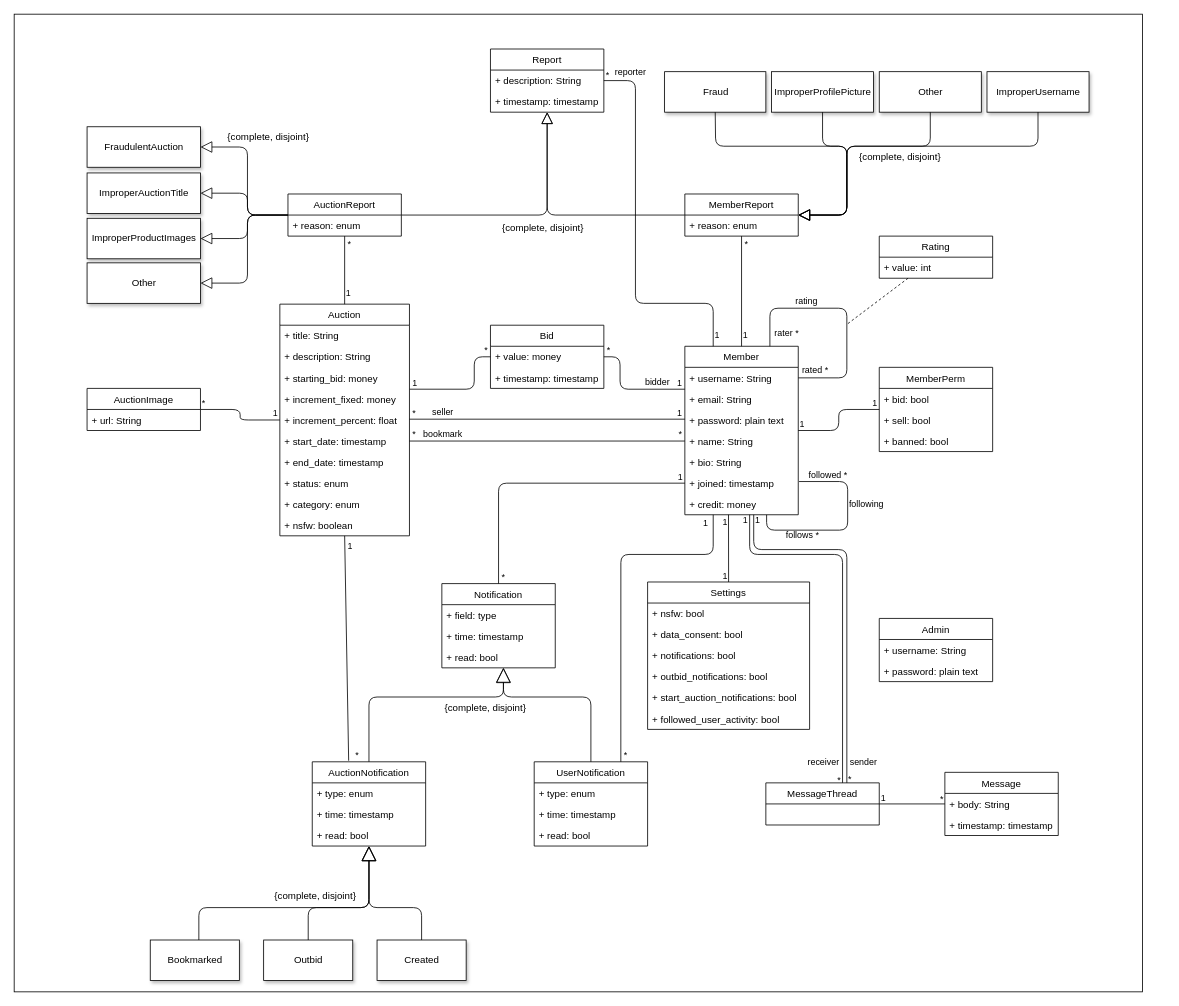
Before: A4.drawio in Educorreia932/FEUP-LBAW, a draw.io diagram. Source tidied: cells renumbered, new cells numbered last; positions are measured from the earlier drawing's top-left corner, leaving out a move shared by most shapes. Both pictures are drawn from the tidied source at 81%, with x=0, y=0 at pixel (14, 14).
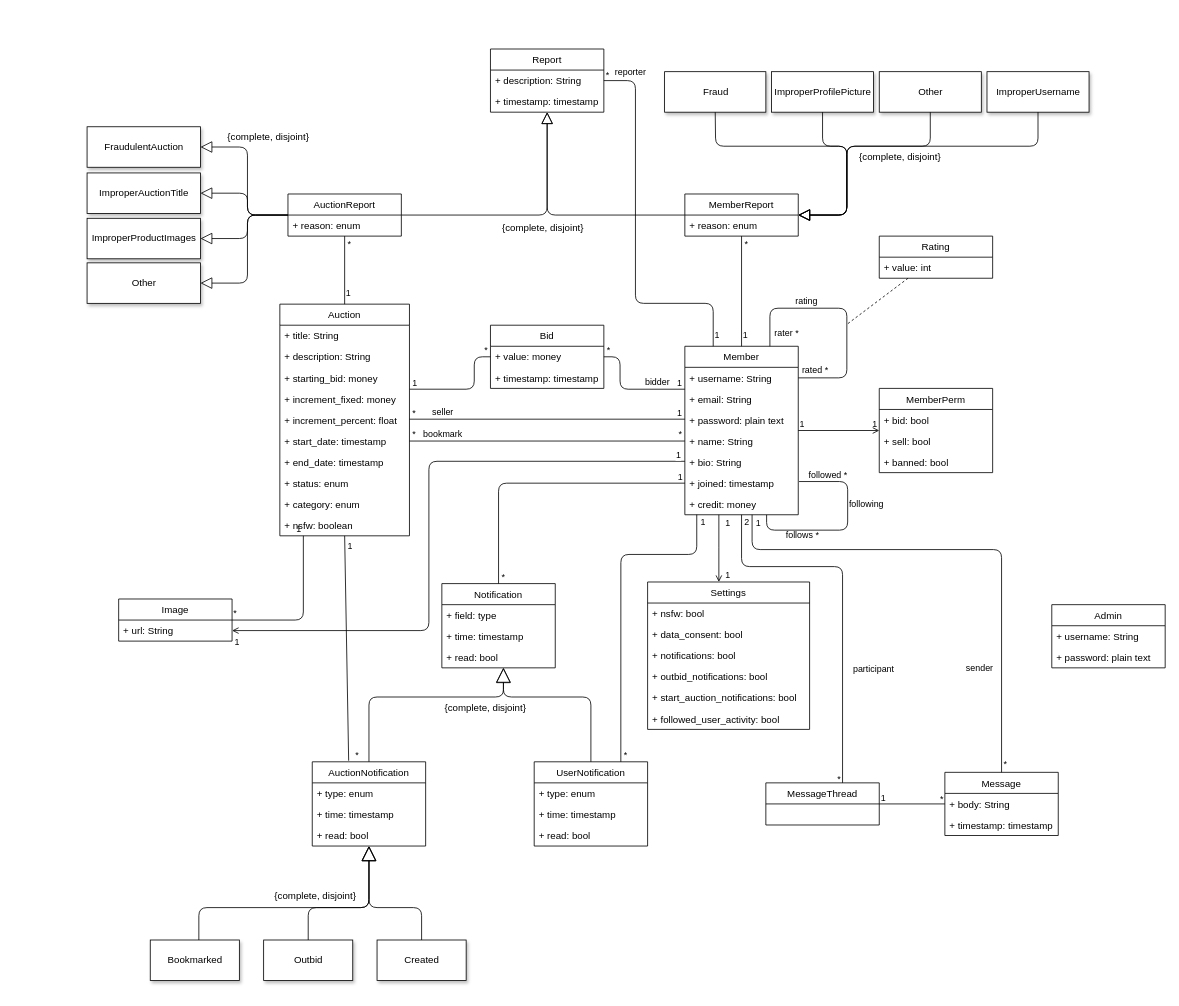
The same diagram, later.

Commit message:
Tweaks on A4 conceptual model

Unchanged cells that the change refers to:
```xml
<mxCell id="3" value="Member" style="swimlane;fontStyle=0;horizontal=1;startSize=26;fillColor=none;" parent="1" vertex="1">
  <mxGeometry x="828" y="410" width="140" height="208" as="geometry" />
</mxCell>
<mxCell id="16" value="+ credit: money" style="text;strokeColor=none;fillColor=none;align=left;verticalAlign=top;spacingLeft=4;spacingRight=4;overflow=hidden;points=[[0,0.5],[1,0.5]];portConstraint=eastwest;" parent="3" vertex="1">
  <mxGeometry y="182" width="140" height="26" as="geometry" />
</mxCell>
<mxCell id="17" value="Auction" style="swimlane;fontStyle=0;horizontal=1;startSize=26;fillColor=none;" parent="1" vertex="1">
  <mxGeometry x="328" y="358" width="160" height="286" as="geometry" />
</mxCell>
<mxCell id="71" value="Settings" style="swimlane;fontStyle=0;horizontal=1;startSize=26;fillColor=none;" parent="1" vertex="1">
  <mxGeometry x="782" y="701" width="200" height="182" as="geometry" />
</mxCell>
<mxCell id="95" value="UserNotification" style="swimlane;fontStyle=0;horizontal=1;startSize=26;fillColor=none;" parent="1" vertex="1">
  <mxGeometry x="642" y="923" width="140" height="104" as="geometry" />
</mxCell>
<mxCell id="107" value="MessageThread" style="swimlane;fontStyle=0;horizontal=1;startSize=26;fillColor=none;shadow=0;" parent="1" vertex="1">
  <mxGeometry x="928" y="949" width="140" height="52" as="geometry" />
</mxCell>
<mxCell id="138" value="Message" style="swimlane;fontStyle=0;horizontal=1;startSize=26;fillColor=none;shadow=0;" parent="1" vertex="1">
  <mxGeometry x="1149" y="936" width="140" height="78" as="geometry" />
</mxCell>
<mxCell id="150" value="+ url: String" style="text;strokeColor=none;fillColor=none;align=left;verticalAlign=top;spacingLeft=4;spacingRight=4;overflow=hidden;points=[[0,0.5],[1,0.5]];portConstraint=eastwest;" parent="149" vertex="1">
  <mxGeometry y="26" width="140" height="26" as="geometry" />
</mxCell>
```

Diff of the diagram source:
```diff
@@
-    <mxCell id="2" style="rounded=0;whiteSpace=wrap;html=1;shadow=0;labelBackgroundColor=none;" parent="1" vertex="1">
-      <mxGeometry width="1393" height="1207" as="geometry" />
-    </mxCell>
+    <mxCell id="154" style="edgeStyle=orthogonalEdgeStyle;rounded=1;jettySize=auto;html=1;startArrow=none;startFill=0;endArrow=open;endFill=0;" parent="1" edge="1" source="3" target="150">
+      <mxGeometry relative="1" as="geometry">
+        <Array as="points">
+          <mxPoint x="512" y="552" />
+          <mxPoint x="512" y="761" />
+        </Array>
+      </mxGeometry>
+    </mxCell>
+    <mxCell id="155" value="1" style="edgeLabel;html=1;align=center;verticalAlign=middle;" parent="154" vertex="1">
+      <mxGeometry x="-0.98" y="1" relative="1" as="geometry">
+        <mxPoint x="-0.9" y="-9" as="offset" />
+      </mxGeometry>
+    </mxCell>
+    <mxCell id="156" value="1" style="edgeLabel;html=1;align=center;verticalAlign=middle;" parent="154" vertex="1">
+      <mxGeometry x="0.94" y="2" relative="1" as="geometry">
+        <mxPoint x="-17.7" y="11" as="offset" />
+      </mxGeometry>
+    </mxCell>
@@
     <mxCell id="28" value="MemberPerm" style="swimlane;fontStyle=0;horizontal=1;startSize=26;fillColor=none;" parent="1" vertex="1">
-      <mxGeometry x="1068" y="436" width="140" height="104" as="geometry" />
+      <mxGeometry x="1068" y="462" width="140" height="104" as="geometry" />
     </mxCell>
@@
-    <mxCell id="41" style="endArrow=none;html=1;edgeStyle=orthogonalEdgeStyle;" parent="1" edge="1" source="3" target="28">
+    <mxCell id="41" style="endArrow=open;html=1;edgeStyle=orthogonalEdgeStyle;startArrow=none;startFill=0;endFill=0;" parent="1" edge="1" source="3" target="28">
       <mxGeometry relative="1" as="geometry" />
     </mxCell>
@@
     <mxCell id="44" value="Admin" style="swimlane;fontStyle=0;horizontal=1;startSize=26;fillColor=none;" parent="1" vertex="1">
-      <mxGeometry x="1068" y="746" width="140" height="78" as="geometry" />
+      <mxGeometry x="1281" y="729" width="140" height="78" as="geometry" />
     </mxCell>
@@
+    <mxCell id="157" style="edgeStyle=orthogonalEdgeStyle;rounded=0;jettySize=auto;html=1;startArrow=open;startFill=0;endArrow=none;endFill=0;" parent="1" edge="1" source="71" target="3">
+      <mxGeometry relative="1" as="geometry">
+        <Array as="points">
+          <mxPoint x="870" y="658" />
+          <mxPoint x="870" y="658" />
+        </Array>
+      </mxGeometry>
+    </mxCell>
+    <mxCell id="158" value="1" style="edgeLabel;html=1;align=center;verticalAlign=middle;" parent="157" vertex="1">
+      <mxGeometry x="0.89" y="1" relative="1" as="geometry">
+        <mxPoint x="11" y="4.2" as="offset" />
+      </mxGeometry>
+    </mxCell>
+    <mxCell id="159" value="1" style="edgeLabel;html=1;align=center;verticalAlign=middle;" parent="157" vertex="1">
+      <mxGeometry x="-0.84" y="-1" relative="1" as="geometry">
+        <mxPoint x="9" y="-1.6" as="offset" />
+      </mxGeometry>
+    </mxCell>
@@
-    <mxCell id="78" style="endArrow=none;html=1;labelPosition=center;verticalLabelPosition=top;align=center;verticalAlign=bottom;exitX=0.5;exitY=0;exitDx=0;exitDy=0;entryX=0.385;entryY=0.999;entryDx=0;entryDy=0;entryPerimeter=0;" parent="1" edge="1" source="71" target="16">
-      <mxGeometry x="-0.76" relative="1" as="geometry" />
-    </mxCell>
-    <mxCell id="79" value="1" style="edgeLabel;html=1;align=right;verticalAlign=middle;labelPosition=left;verticalLabelPosition=middle;labelBackgroundColor=none;" parent="78" vertex="1">
-      <mxGeometry x="-1" relative="1" as="geometry">
-        <mxPoint x="-1" y="-8" as="offset" />
-      </mxGeometry>
-    </mxCell>
-    <mxCell id="80" value="1" style="edgeLabel;html=1;align=right;verticalAlign=middle;labelPosition=left;verticalLabelPosition=middle;labelBackgroundColor=none;" parent="78" vertex="1">
-      <mxGeometry x="1" relative="1" as="geometry">
-        <mxPoint x="-1" y="8.1" as="offset" />
-      </mxGeometry>
-    </mxCell>
@@
-    <mxCell id="101" style="endArrow=none;html=1;edgeStyle=orthogonalEdgeStyle;exitX=0.764;exitY=0;exitDx=0;exitDy=0;exitPerimeter=0;entryX=0.25;entryY=1;entryDx=0;entryDy=0;" parent="1" edge="1" source="95" target="3">
+    <mxCell id="101" style="endArrow=none;html=1;edgeStyle=orthogonalEdgeStyle;exitX=0.764;exitY=0;exitDx=0;exitDy=0;exitPerimeter=0;entryX=0.105;entryY=0.994;entryDx=0;entryDy=0;entryPerimeter=0;" parent="1" edge="1" source="95" target="16">
       <mxGeometry relative="1" as="geometry">
         <Array as="points">
           <mxPoint x="749" y="667" />
-          <mxPoint x="863" y="667" />
+          <mxPoint x="843" y="667" />
+          <mxPoint x="843" y="618" />
         </Array>
       </mxGeometry>
     </mxCell>
@@
     <mxCell id="103" value="1" style="edgeLabel;html=1;align=right;verticalAlign=bottom;labelBackgroundColor=none;" parent="101" vertex="1">
       <mxGeometry x="1" relative="1" as="geometry">
-        <mxPoint x="-6" y="17.5" as="offset" />
+        <mxPoint x="11" y="17.5" as="offset" />
       </mxGeometry>
     </mxCell>
@@
-    <mxCell id="108" style="endArrow=none;html=1;edgeStyle=orthogonalEdgeStyle;labelPosition=right;verticalLabelPosition=middle;align=left;verticalAlign=middle;" parent="1" edge="1" source="107" target="3">
+    <mxCell id="108" style="endArrow=none;html=1;edgeStyle=orthogonalEdgeStyle;labelPosition=right;verticalLabelPosition=middle;align=left;verticalAlign=middle;" parent="1" edge="1" source="138" target="16">
       <mxGeometry relative="1" as="geometry">
         <Array as="points">
-          <mxPoint x="1028" y="661" />
-          <mxPoint x="913" y="661" />
+          <mxPoint x="1219" y="661" />
+          <mxPoint x="911" y="661" />
         </Array>
       </mxGeometry>
     </mxCell>
-    <mxCell id="109" value="receiver" style="edgeLabel;html=1;align=right;verticalAlign=middle;labelPosition=left;verticalLabelPosition=middle;labelBackgroundColor=none;" parent="108" vertex="1">
+    <mxCell id="109" value="sender" style="edgeLabel;html=1;align=right;verticalAlign=middle;labelPosition=left;verticalLabelPosition=middle;labelBackgroundColor=none;" parent="108" vertex="1">
       <mxGeometry x="-1" relative="1" as="geometry">
-        <mxPoint x="-9" y="-26" as="offset" />
+        <mxPoint x="-10" y="-130" as="offset" />
       </mxGeometry>
     </mxCell>
     <mxCell id="110" value="*" style="edgeLabel;html=1;align=left;verticalAlign=middle;labelPosition=right;verticalLabelPosition=middle;labelBackgroundColor=none;" parent="108" vertex="1">
       <mxGeometry x="-0.83" y="1" relative="1" as="geometry">
-        <mxPoint x="1" y="33.7" as="offset" />
+        <mxPoint x="2" y="42.6" as="offset" />
       </mxGeometry>
     </mxCell>
     <mxCell id="111" value="1" style="edgeLabel;html=1;align=left;verticalAlign=middle;labelPosition=right;verticalLabelPosition=middle;labelBackgroundColor=none;" parent="108" vertex="1">
       <mxGeometry x="0.85" y="-1" relative="1" as="geometry">
-        <mxPoint x="-1" y="-26.4" as="offset" />
+        <mxPoint x="-1" y="-33" as="offset" />
       </mxGeometry>
     </mxCell>
@@
     <mxCell id="134" style="endArrow=none;html=1;edgeStyle=orthogonalEdgeStyle;labelPosition=left;verticalLabelPosition=middle;align=right;verticalAlign=middle;" parent="1" edge="1" target="3">
       <mxGeometry relative="1" as="geometry">
         <mxPoint x="1022.7" y="949" as="sourcePoint" />
         <Array as="points">
-          <mxPoint x="1023" y="667" />
-          <mxPoint x="908" y="667" />
+          <mxPoint x="1023" y="682" />
+          <mxPoint x="898" y="682" />
         </Array>
       </mxGeometry>
     </mxCell>
-    <mxCell id="135" value="sender" style="edgeLabel;html=1;align=left;verticalAlign=middle;labelPosition=right;verticalLabelPosition=middle;labelBackgroundColor=none;" parent="134" vertex="1">
+    <mxCell id="135" value="participant" style="edgeLabel;html=1;align=left;verticalAlign=middle;labelPosition=right;verticalLabelPosition=middle;labelBackgroundColor=none;" parent="134" vertex="1">
       <mxGeometry x="-1" relative="1" as="geometry">
-        <mxPoint x="7.3" y="-26" as="offset" />
+        <mxPoint x="11.3" y="-141" as="offset" />
       </mxGeometry>
     </mxCell>
@@
-    <mxCell id="137" value="1" style="edgeLabel;html=1;align=right;verticalAlign=middle;labelPosition=left;verticalLabelPosition=middle;labelBackgroundColor=none;" parent="134" vertex="1">
+    <mxCell id="137" value="2" style="edgeLabel;html=1;align=right;verticalAlign=middle;labelPosition=left;verticalLabelPosition=middle;labelBackgroundColor=none;" parent="134" vertex="1">
       <mxGeometry x="0.94" y="1" relative="1" as="geometry">
-        <mxPoint x="-1" y="-7.7" as="offset" />
+        <mxPoint x="11" y="-5.3" as="offset" />
       </mxGeometry>
     </mxCell>
@@
-    <mxCell id="149" value="AuctionImage" style="swimlane;fontStyle=0;horizontal=1;startSize=26;fillColor=none;" parent="1" vertex="1">
-      <mxGeometry x="90" y="462" width="140" height="52" as="geometry" />
+    <mxCell id="149" value="Image" style="swimlane;fontStyle=0;horizontal=1;startSize=26;fillColor=none;" parent="1" vertex="1">
+      <mxGeometry x="129" y="722" width="140" height="52" as="geometry" />
     </mxCell>
@@
     <mxCell id="151" style="endArrow=none;html=1;edgeStyle=orthogonalEdgeStyle;" parent="1" edge="1" source="149" target="17">
-      <mxGeometry relative="1" as="geometry" />
+      <mxGeometry relative="1" as="geometry">
+        <Array as="points">
+          <mxPoint x="357" y="748" />
+        </Array>
+      </mxGeometry>
     </mxCell>
```
